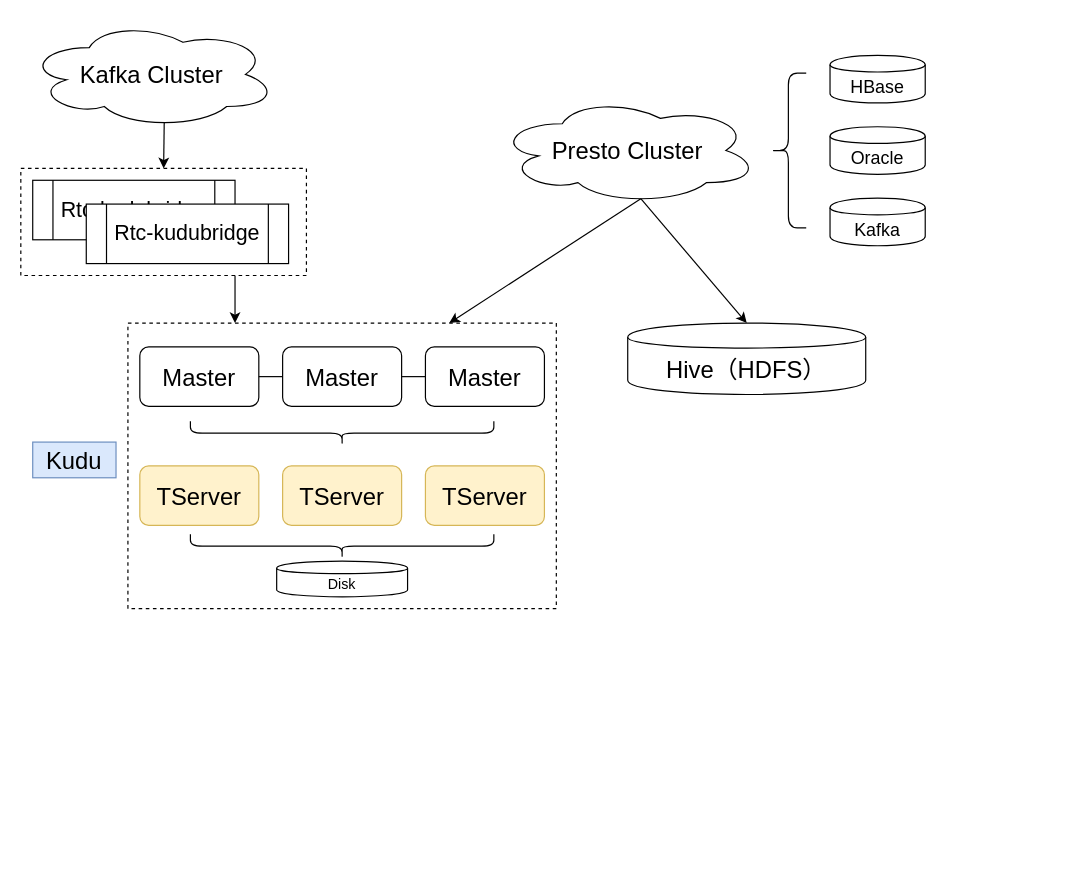
Before: map/kudu-architecture.drawio in imperio-wxm/draw, a draw.io diagram. Source tidied: cells renumbered, new cells numbered last; positions are measured from the earlier drawing's top-left corner, leaving out a move shared by most shapes. Both pictures are drawn from the tidied source at 119%, with x=0, y=0 at pixel (20, 20).
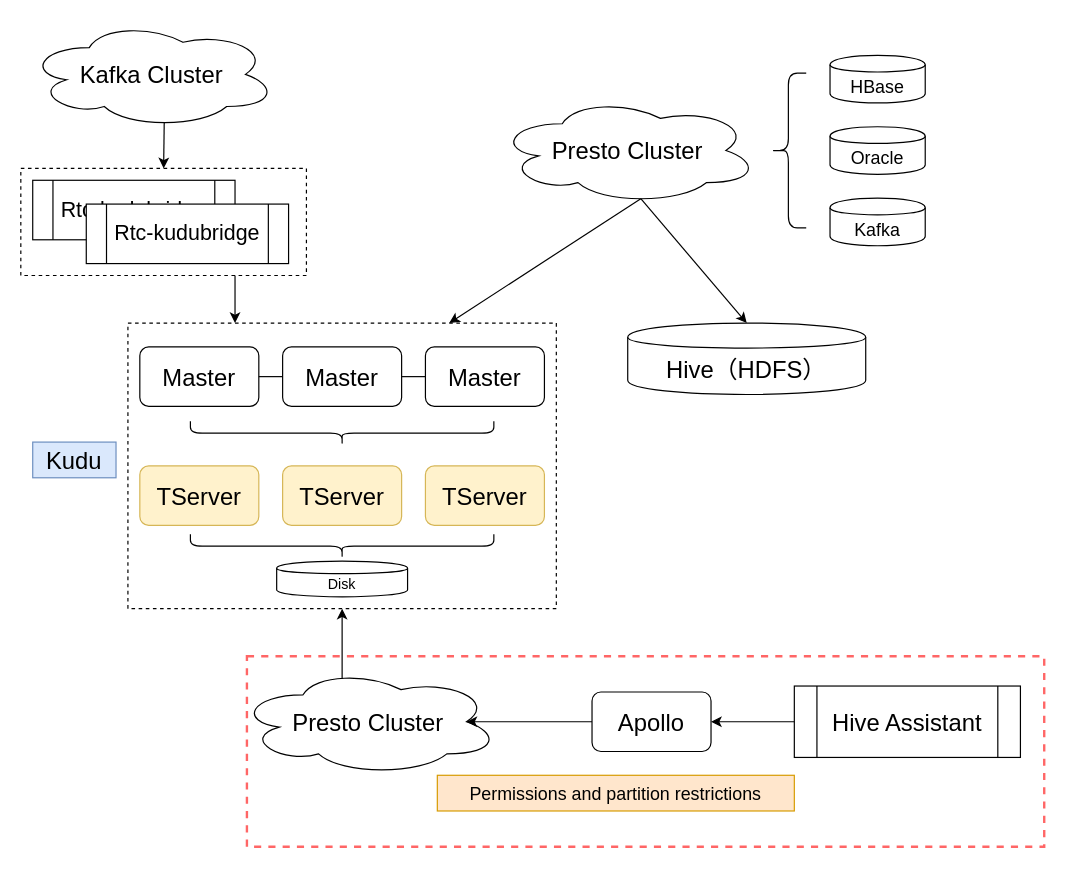
The same page after the edit.

The change refers to these unchanged cells:
```xml
<mxCell id="9" style="rounded=0;whiteSpace=wrap;html=1;fillColor=none;dashed=1;" parent="8" vertex="1">
  <mxGeometry width="360" height="240" as="geometry" />
</mxCell>
```

Change to the diagram source:
```diff
@@
+    <mxCell id="30" value="&lt;font style=&quot;font-size: 20px&quot;&gt;Presto Cluster&lt;/font&gt;" style="ellipse;shape=cloud;whiteSpace=wrap;html=1;fillColor=#ffffff;" parent="1" vertex="1">
+      <mxGeometry x="182" y="544" width="220" height="90" as="geometry" />
+    </mxCell>
+    <mxCell id="31" value="&lt;font style=&quot;font-size: 20px&quot;&gt;Apollo&lt;/font&gt;" style="rounded=1;whiteSpace=wrap;html=1;fillColor=#ffffff;" parent="1" vertex="1">
+      <mxGeometry x="480" y="564" width="100" height="50" as="geometry" />
+    </mxCell>
+    <mxCell id="32" style="endArrow=classic;html=1;exitX=0.4;exitY=0.1;exitDx=0;exitDy=0;exitPerimeter=0;entryX=0.5;entryY=1;entryDx=0;entryDy=0;" parent="1" edge="1" source="30" target="9">
+      <mxGeometry relative="1" as="geometry" />
+    </mxCell>
+    <mxCell id="33" style="endArrow=classic;html=1;entryX=0.875;entryY=0.5;entryDx=0;entryDy=0;entryPerimeter=0;exitX=0;exitY=0.5;exitDx=0;exitDy=0;" parent="1" edge="1" source="31" target="30">
+      <mxGeometry relative="1" as="geometry" />
+    </mxCell>
+    <mxCell id="34" value="&lt;font style=&quot;font-size: 20px&quot;&gt;Hive Assistant&lt;/font&gt;" style="shape=process;whiteSpace=wrap;html=1;backgroundOutline=1;fillColor=#ffffff;" parent="1" vertex="1">
+      <mxGeometry x="650" y="559" width="190" height="60" as="geometry" />
+    </mxCell>
+    <mxCell id="35" style="endArrow=classic;html=1;exitX=0;exitY=0.5;exitDx=0;exitDy=0;entryX=1;entryY=0.5;entryDx=0;entryDy=0;" parent="1" edge="1" source="34" target="31">
+      <mxGeometry relative="1" as="geometry" />
+    </mxCell>
+    <mxCell id="36" value="&lt;font style=&quot;font-size: 15px&quot;&gt;Permissions and partition restrictions&lt;/font&gt;" style="text;html=1;strokeColor=#d79b00;fillColor=#ffe6cc;align=center;verticalAlign=middle;whiteSpace=wrap;rounded=0;" parent="1" vertex="1">
+      <mxGeometry x="350" y="634" width="300" height="30" as="geometry" />
+    </mxCell>
+    <mxCell id="37" style="rounded=0;whiteSpace=wrap;html=1;fillColor=none;dashed=1;strokeColor=#FF6666;strokeWidth=2;" parent="1" vertex="1">
+      <mxGeometry x="190" y="534" width="670" height="160" as="geometry" />
+    </mxCell>
```
